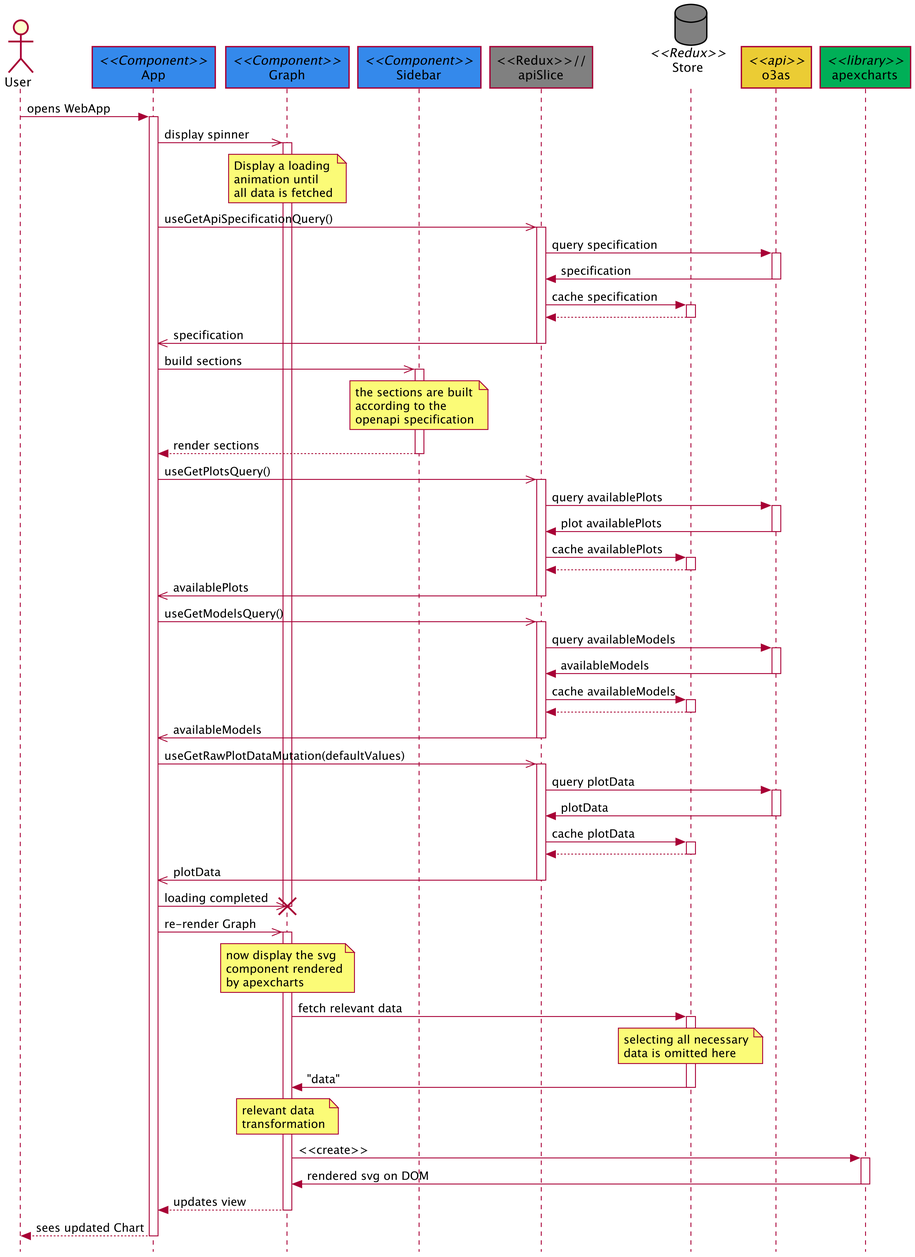
Above: DesignPhase/UML/sequence-diagrams/on-app-start/sequence-diagram.png in EOSC-synergy/o3webapp (PlantUML), before the change.
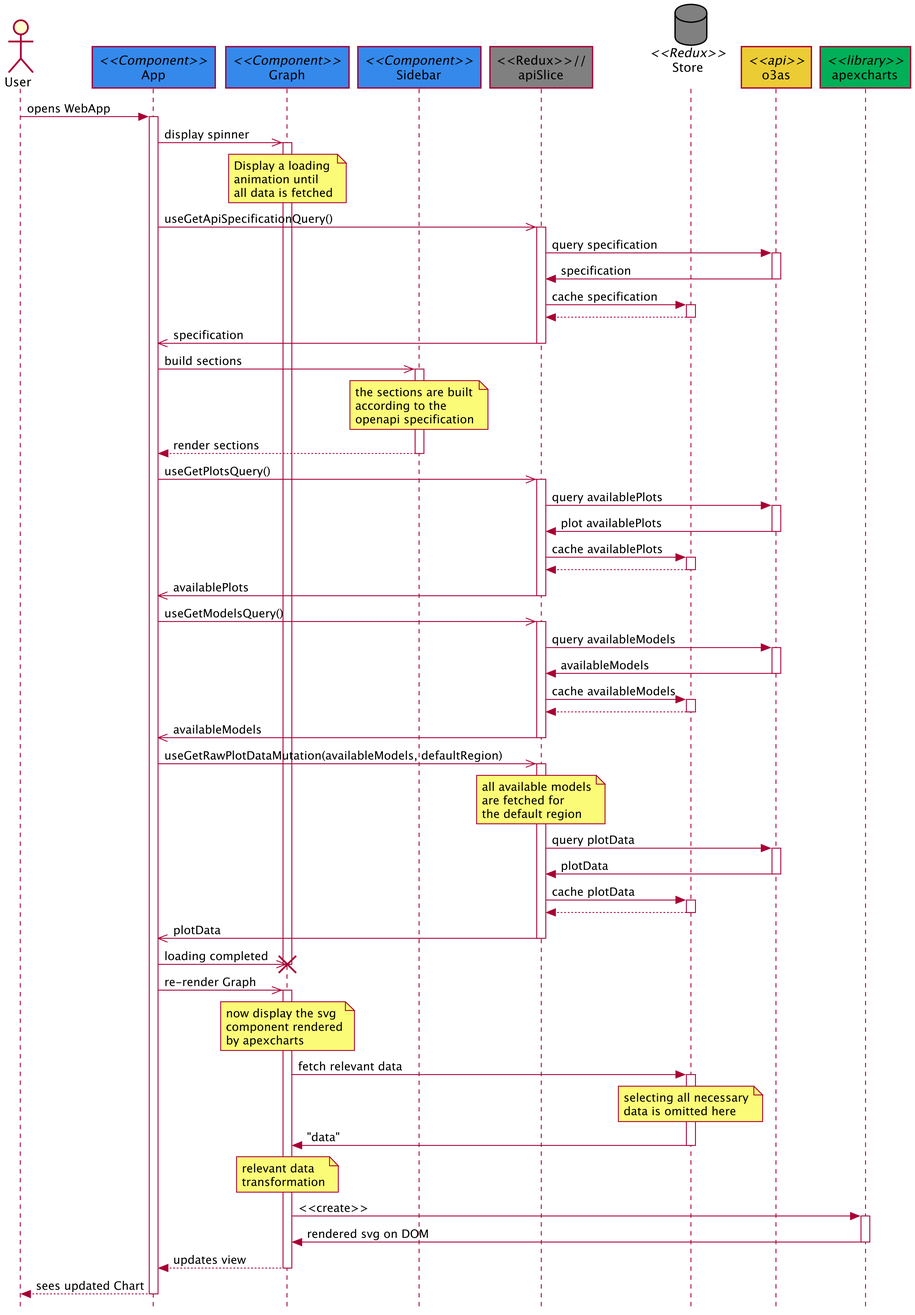
The same file after the commit.

Commit message:
specified model query

The edit, as a diff of the source:
```diff
@@ -61,7 +61,8 @@
 App<<-apiSlice: availableModels
 deactivate apiSlice
 
-App->>apiSlice: useGetRawPlotDataMutation(defaultValues)
+App->>apiSlice: useGetRawPlotDataMutation(availableModels, defaultRegion)
+Note over apiSlice: all available models\nare fetched for\nthe default region
 activate apiSlice
 apiSlice->api: query plotData
 activate api
```
